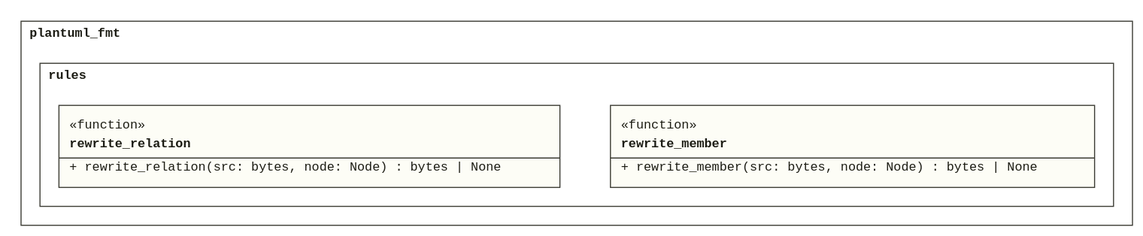
Above: doc/assets/CL_Rules.svg in derivasoftware/plantuml-fmt (PlantUML), before the change. Its source is kept beside it as design/lld/plantuml_fmt/CL_Rules.puml.
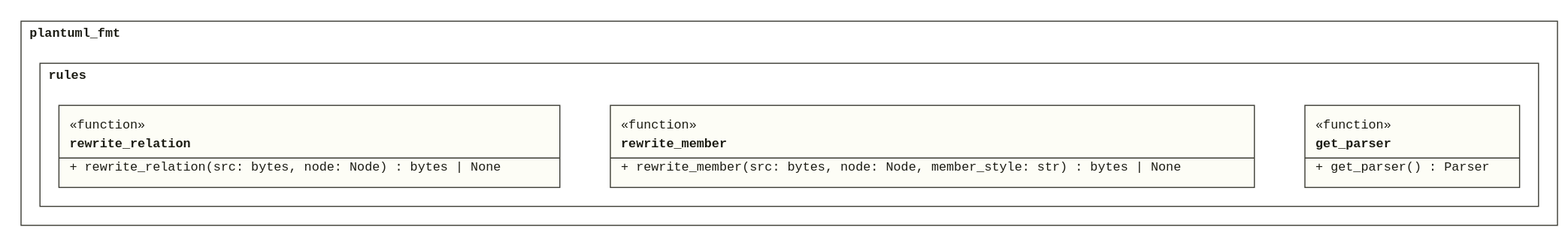
After the change.

Diff of the diagram source:
```diff
@@ -7,7 +7,10 @@
     + rewrite_relation(src: bytes, node: Node) : bytes | None
   }
   class rewrite_member <<function>> {
-    + rewrite_member(src: bytes, node: Node) : bytes | None
+    + rewrite_member(src: bytes, node: Node, member_style: str) : bytes | None
+  }
+  class get_parser <<function>> {
+    + get_parser() : Parser
   }
 }
 
```
